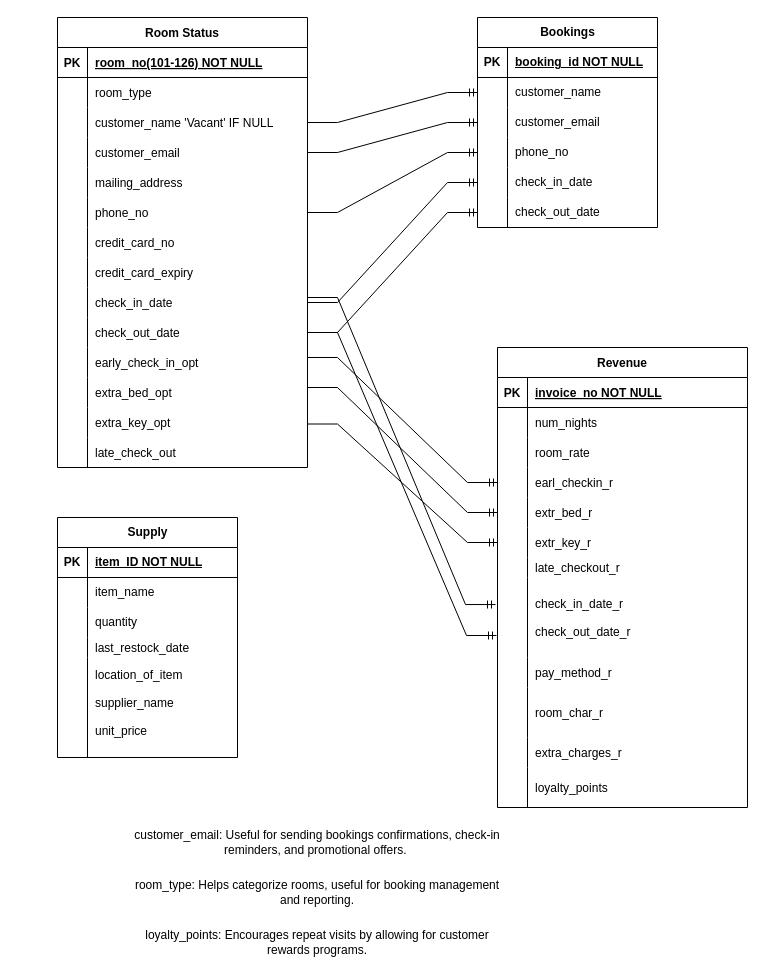
Earlier version of the draw.io diagram QAP4 SG8 Sleep-Tite Motel/SleepTiteERD.drawio (ZCollier-dev/keyin-qap4-zc). Source tidied: cells renumbered, new cells numbered last; positions are measured from the earlier drawing's top-left corner, leaving out a move shared by most shapes. Both pictures are drawn from the tidied source at 100%, with x=0, y=0 at pixel (57, 17).
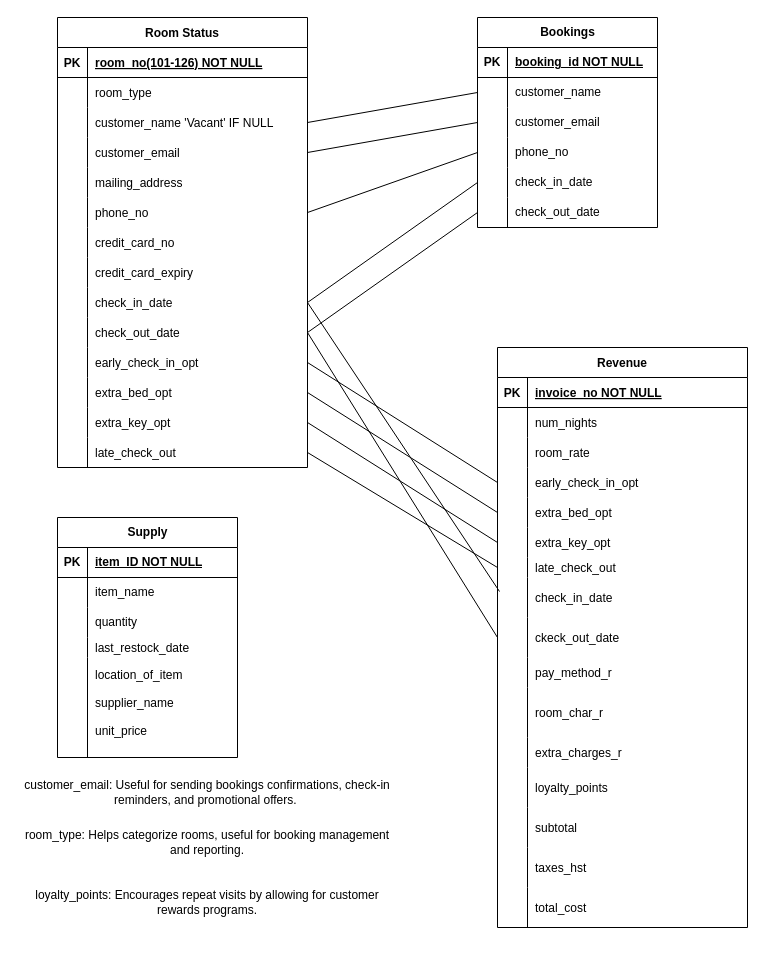
Above is the later version.

Commit message:
Cleaned up relationship lines

The change refers to these unchanged cells:
```xml
<mxCell id="9" style="shape=partialRectangle;fillColor=none;points=[[0,0.5],[1,0.5]];portConstraint=eastwest;top=0;left=0;right=0;bottom=0;" parent="2" vertex="1">
  <mxGeometry y="90" width="250" height="30" as="geometry" />
</mxCell>
<mxCell id="12" style="shape=partialRectangle;fillColor=none;points=[[0,0.5],[1,0.5]];portConstraint=eastwest;top=0;left=0;right=0;bottom=0;" parent="2" vertex="1">
  <mxGeometry y="120" width="250" height="30" as="geometry" />
</mxCell>
<mxCell id="18" style="shape=partialRectangle;fillColor=none;points=[[0,0.5],[1,0.5]];portConstraint=eastwest;top=0;left=0;right=0;bottom=0;" parent="2" vertex="1">
  <mxGeometry y="180" width="250" height="30" as="geometry" />
</mxCell>
<mxCell id="27" style="shape=partialRectangle;fillColor=none;points=[[0,0.5],[1,0.5]];portConstraint=eastwest;top=0;left=0;right=0;bottom=0;" parent="2" vertex="1">
  <mxGeometry y="270" width="250" height="30" as="geometry" />
</mxCell>
<mxCell id="30" style="shape=partialRectangle;fillColor=none;points=[[0,0.5],[1,0.5]];portConstraint=eastwest;top=0;left=0;right=0;bottom=0;" parent="2" vertex="1">
  <mxGeometry y="300" width="250" height="30" as="geometry" />
</mxCell>
<mxCell id="33" style="shape=partialRectangle;fillColor=none;points=[[0,0.5],[1,0.5]];portConstraint=eastwest;top=0;left=0;right=0;bottom=0;" parent="2" vertex="1">
  <mxGeometry y="330" width="250" height="30" as="geometry" />
</mxCell>
<mxCell id="36" style="shape=partialRectangle;fillColor=none;points=[[0,0.5],[1,0.5]];portConstraint=eastwest;top=0;left=0;right=0;bottom=0;" parent="2" vertex="1">
  <mxGeometry y="360" width="250" height="30" as="geometry" />
</mxCell>
<mxCell id="39" style="shape=partialRectangle;fillColor=none;points=[[0,0.5],[1,0.5]];portConstraint=eastwest;top=0;left=0;right=0;bottom=0;" parent="2" vertex="1">
  <mxGeometry y="390" width="250" height="30" as="geometry" />
</mxCell>
<mxCell id="42" style="shape=partialRectangle;fillColor=none;points=[[0,0.5],[1,0.5]];portConstraint=eastwest;top=0;left=0;right=0;bottom=0;" parent="2" vertex="1">
  <mxGeometry y="420" width="250" height="30" as="geometry" />
</mxCell>
<mxCell id="49" style="shape=tableRow;horizontal=0;startSize=0;swimlaneHead=0;swimlaneBody=0;fillColor=none;points=[[0,0.5],[1,0.5]];portConstraint=eastwest;top=0;left=0;right=0;bottom=0;" parent="45" vertex="1">
  <mxGeometry y="60" width="180" height="30" as="geometry" />
</mxCell>
<mxCell id="52" style="shape=tableRow;horizontal=0;startSize=0;swimlaneHead=0;swimlaneBody=0;fillColor=none;points=[[0,0.5],[1,0.5]];portConstraint=eastwest;top=0;left=0;right=0;bottom=0;" parent="45" vertex="1">
  <mxGeometry y="90" width="180" height="30" as="geometry" />
</mxCell>
<mxCell id="55" style="shape=tableRow;horizontal=0;startSize=0;swimlaneHead=0;swimlaneBody=0;fillColor=none;points=[[0,0.5],[1,0.5]];portConstraint=eastwest;top=0;left=0;right=0;bottom=0;" parent="45" vertex="1">
  <mxGeometry y="120" width="180" height="30" as="geometry" />
</mxCell>
<mxCell id="58" style="shape=tableRow;horizontal=0;startSize=0;swimlaneHead=0;swimlaneBody=0;fillColor=none;points=[[0,0.5],[1,0.5]];portConstraint=eastwest;top=0;left=0;right=0;bottom=0;" parent="45" vertex="1">
  <mxGeometry y="150" width="180" height="30" as="geometry" />
</mxCell>
<mxCell id="61" style="shape=tableRow;horizontal=0;startSize=0;swimlaneHead=0;swimlaneBody=0;fillColor=none;points=[[0,0.5],[1,0.5]];portConstraint=eastwest;top=0;left=0;right=0;bottom=0;" parent="45" vertex="1">
  <mxGeometry y="180" width="180" height="30" as="geometry" />
</mxCell>
<mxCell id="74" style="shape=partialRectangle;fillColor=none;points=[[0,0.5],[1,0.5]];portConstraint=eastwest;top=0;left=0;right=0;bottom=0;" parent="64" vertex="1">
  <mxGeometry y="120" width="250" height="30" as="geometry" />
</mxCell>
<mxCell id="77" style="shape=partialRectangle;fillColor=none;points=[[0,0.5],[1,0.5]];portConstraint=eastwest;top=0;left=0;right=0;bottom=0;" parent="64" vertex="1">
  <mxGeometry y="150" width="250" height="30" as="geometry" />
</mxCell>
<mxCell id="80" style="shape=partialRectangle;fillColor=none;points=[[0,0.5],[1,0.5]];portConstraint=eastwest;top=0;left=0;right=0;bottom=0;" parent="64" vertex="1">
  <mxGeometry y="180" width="250" height="30" as="geometry" />
</mxCell>
<mxCell id="83" style="shape=partialRectangle;fillColor=none;points=[[0,0.5],[1,0.5]];portConstraint=eastwest;top=0;left=0;right=0;bottom=0;" parent="64" vertex="1">
  <mxGeometry y="210" width="250" height="20" as="geometry" />
</mxCell>
```

Change to the diagram source:
```diff
@@
     <mxCell id="64" value="Revenue" style="shape=table;startSize=30;childLayout=tableLayout;rowLines=0;fontStyle=1;align=center;" parent="1" vertex="1">
-      <mxGeometry x="440" y="330" width="250" height="460" as="geometry" />
+      <mxGeometry x="440" y="330" width="250" height="580" as="geometry" />
     </mxCell>
@@
-    <mxCell id="76" value="earl_checkin_r" style="shape=partialRectangle;overflow=hidden;fillColor=none;top=0;left=0;bottom=0;right=0;align=left;spacingLeft=6;" parent="74" vertex="1">
+    <mxCell id="76" value="early_check_in_opt" style="shape=partialRectangle;overflow=hidden;fillColor=none;top=0;left=0;bottom=0;right=0;align=left;spacingLeft=6;" parent="74" vertex="1">
       <mxGeometry x="30" width="220" height="30" as="geometry" />
     </mxCell>
@@
-    <mxCell id="79" value="extr_bed_r" style="shape=partialRectangle;overflow=hidden;fillColor=none;top=0;left=0;bottom=0;right=0;align=left;spacingLeft=6;" parent="77" vertex="1">
+    <mxCell id="79" value="extra_bed_opt" style="shape=partialRectangle;overflow=hidden;fillColor=none;top=0;left=0;bottom=0;right=0;align=left;spacingLeft=6;" parent="77" vertex="1">
       <mxGeometry x="30" width="220" height="30" as="geometry" />
     </mxCell>
@@
-    <mxCell id="82" value="extr_key_r" style="shape=partialRectangle;overflow=hidden;fillColor=none;top=0;left=0;bottom=0;right=0;align=left;spacingLeft=6;" parent="80" vertex="1">
+    <mxCell id="82" value="extra_key_opt" style="shape=partialRectangle;overflow=hidden;fillColor=none;top=0;left=0;bottom=0;right=0;align=left;spacingLeft=6;" parent="80" vertex="1">
       <mxGeometry x="30" width="220" height="30" as="geometry" />
     </mxCell>
@@
-    <mxCell id="85" value="late_checkout_r" style="shape=partialRectangle;overflow=hidden;fillColor=none;top=0;left=0;bottom=0;right=0;align=left;spacingLeft=6;" parent="83" vertex="1">
+    <mxCell id="85" value="late_check_out" style="shape=partialRectangle;overflow=hidden;fillColor=none;top=0;left=0;bottom=0;right=0;align=left;spacingLeft=6;" parent="83" vertex="1">
       <mxGeometry x="30" width="220" height="20" as="geometry" />
     </mxCell>
     <mxCell id="86" style="shape=partialRectangle;fillColor=none;points=[[0,0.5],[1,0.5]];portConstraint=eastwest;top=0;left=0;right=0;bottom=0;" parent="64" vertex="1">
-      <mxGeometry y="230" width="250" height="80" as="geometry" />
+      <mxGeometry y="230" width="250" height="40" as="geometry" />
     </mxCell>
     <mxCell id="87" style="shape=partialRectangle;overflow=hidden;fillColor=none;top=0;left=0;bottom=0;right=0;" parent="86" vertex="1">
-      <mxGeometry width="30" height="80" as="geometry" />
+      <mxGeometry width="30" height="40" as="geometry" />
     </mxCell>
-    <mxCell id="88" value="check_in_date_r&#10;&#10;check_out_date_r" style="shape=partialRectangle;overflow=hidden;fillColor=none;top=0;left=0;bottom=0;right=0;align=left;spacingLeft=6;" parent="86" vertex="1">
-      <mxGeometry x="30" width="220" height="80" as="geometry" />
+    <mxCell id="88" value="check_in_date" style="shape=partialRectangle;overflow=hidden;fillColor=none;top=0;left=0;bottom=0;right=0;align=left;spacingLeft=6;" parent="86" vertex="1">
+      <mxGeometry x="30" width="220" height="40" as="geometry" />
     </mxCell>
+    <mxCell id="131" style="shape=partialRectangle;fillColor=none;points=[[0,0.5],[1,0.5]];portConstraint=eastwest;top=0;left=0;right=0;bottom=0;" parent="64" vertex="1">
+      <mxGeometry y="270" width="250" height="40" as="geometry" />
+    </mxCell>
+    <mxCell id="132" style="shape=partialRectangle;overflow=hidden;fillColor=none;top=0;left=0;bottom=0;right=0;" parent="131" vertex="1">
+      <mxGeometry width="30" height="40" as="geometry" />
+    </mxCell>
+    <mxCell id="133" value="ckeck_out_date" style="shape=partialRectangle;overflow=hidden;fillColor=none;top=0;left=0;bottom=0;right=0;align=left;spacingLeft=6;" parent="131" vertex="1">
+      <mxGeometry x="30" width="220" height="40" as="geometry" />
+    </mxCell>
@@
+    <mxCell id="134" style="shape=partialRectangle;fillColor=none;top=0;left=0;right=0;bottom=0;" parent="64" vertex="1">
+      <mxGeometry y="460" width="250" height="40" as="geometry" />
+    </mxCell>
+    <mxCell id="135" style="shape=partialRectangle;overflow=hidden;fillColor=none;top=0;left=0;bottom=0;right=0;" parent="134" vertex="1">
+      <mxGeometry width="30" height="40" as="geometry" />
+    </mxCell>
+    <mxCell id="136" value="subtotal" style="shape=partialRectangle;overflow=hidden;fillColor=none;top=0;left=0;bottom=0;right=0;align=left;spacingLeft=6;" parent="134" vertex="1">
+      <mxGeometry x="30" width="220" height="40" as="geometry" />
+    </mxCell>
+    <mxCell id="137" style="shape=partialRectangle;fillColor=none;top=0;left=0;right=0;bottom=0;" parent="64" vertex="1">
+      <mxGeometry y="500" width="250" height="40" as="geometry" />
+    </mxCell>
+    <mxCell id="138" style="shape=partialRectangle;overflow=hidden;fillColor=none;top=0;left=0;bottom=0;right=0;" parent="137" vertex="1">
+      <mxGeometry width="30" height="40" as="geometry" />
+    </mxCell>
+    <mxCell id="139" value="taxes_hst" style="shape=partialRectangle;overflow=hidden;fillColor=none;top=0;left=0;bottom=0;right=0;align=left;spacingLeft=6;" parent="137" vertex="1">
+      <mxGeometry x="30" width="220" height="40" as="geometry" />
+    </mxCell>
+    <mxCell id="140" style="shape=partialRectangle;fillColor=none;top=0;left=0;right=0;bottom=0;" parent="64" vertex="1">
+      <mxGeometry y="540" width="250" height="40" as="geometry" />
+    </mxCell>
+    <mxCell id="141" style="shape=partialRectangle;overflow=hidden;fillColor=none;top=0;left=0;bottom=0;right=0;" parent="140" vertex="1">
+      <mxGeometry width="30" height="40" as="geometry" />
+    </mxCell>
+    <mxCell id="142" value="total_cost" style="shape=partialRectangle;overflow=hidden;fillColor=none;top=0;left=0;bottom=0;right=0;align=left;spacingLeft=6;" parent="140" vertex="1">
+      <mxGeometry x="30" width="220" height="40" as="geometry" />
+    </mxCell>
@@
     <mxCell id="117" value="customer_email: Useful for sending bookings confirmations, check-in reminders, and promotional offers.&amp;nbsp;" style="text;html=1;strokeColor=none;fillColor=none;align=center;verticalAlign=middle;whiteSpace=wrap;rounded=0;" parent="1" vertex="1">
-      <mxGeometry x="70" y="810" width="380" height="30" as="geometry" />
+      <mxGeometry x="-40" y="760" width="380" height="30" as="geometry" />
     </mxCell>
     <mxCell id="118" value="room_type: Helps categorize rooms, useful for booking management and reporting." style="text;html=1;strokeColor=none;fillColor=none;align=center;verticalAlign=middle;whiteSpace=wrap;rounded=0;" parent="1" vertex="1">
-      <mxGeometry x="70" y="860" width="380" height="30" as="geometry" />
+      <mxGeometry x="-40" y="810" width="380" height="30" as="geometry" />
     </mxCell>
     <mxCell id="119" value="loyalty_points: Encourages repeat visits by allowing for customer rewards programs." style="text;html=1;strokeColor=none;fillColor=none;align=center;verticalAlign=middle;whiteSpace=wrap;rounded=0;" parent="1" vertex="1">
-      <mxGeometry x="70" y="910" width="380" height="30" as="geometry" />
+      <mxGeometry x="-40" y="870" width="380" height="30" as="geometry" />
     </mxCell>
@@
+    <mxCell id="143" style="endArrow=none;html=1;entryX=1;entryY=0.5;entryDx=0;entryDy=0;exitX=0;exitY=0.5;exitDx=0;exitDy=0;" parent="1" edge="1" source="83" target="42">
+      <mxGeometry relative="1" as="geometry" />
+    </mxCell>
+    <mxCell id="144" style="endArrow=none;html=1;entryX=1;entryY=0.5;entryDx=0;entryDy=0;exitX=0;exitY=0.5;exitDx=0;exitDy=0;" parent="1" edge="1" source="80" target="39">
+      <mxGeometry relative="1" as="geometry" />
+    </mxCell>
+    <mxCell id="145" style="endArrow=none;html=1;entryX=1;entryY=0.5;entryDx=0;entryDy=0;exitX=0;exitY=0.5;exitDx=0;exitDy=0;" parent="1" edge="1" source="77" target="36">
+      <mxGeometry relative="1" as="geometry" />
+    </mxCell>
+    <mxCell id="146" style="endArrow=none;html=1;entryX=1;entryY=0.5;entryDx=0;entryDy=0;exitX=0;exitY=0.5;exitDx=0;exitDy=0;" parent="1" edge="1" source="74" target="33">
+      <mxGeometry relative="1" as="geometry" />
+    </mxCell>
+    <mxCell id="147" style="endArrow=none;html=1;entryX=1;entryY=0.5;entryDx=0;entryDy=0;exitX=0;exitY=0.5;exitDx=0;exitDy=0;" parent="1" edge="1" source="131" target="30">
+      <mxGeometry relative="1" as="geometry" />
+    </mxCell>
+    <mxCell id="148" style="endArrow=none;html=1;entryX=1;entryY=0.5;entryDx=0;entryDy=0;exitX=0.008;exitY=0.35;exitDx=0;exitDy=0;exitPerimeter=0;" parent="1" edge="1" source="86" target="27">
+      <mxGeometry relative="1" as="geometry" />
+    </mxCell>
+    <mxCell id="122" style="endArrow=none;html=1;exitX=1;exitY=0.5;exitDx=0;exitDy=0;entryX=0;entryY=0.5;entryDx=0;entryDy=0;" parent="1" edge="1" source="30" target="61">
+      <mxGeometry relative="1" as="geometry" />
+    </mxCell>
-    <mxCell id="121" style="edgeStyle=entityRelationEdgeStyle;fontSize=12;html=1;endArrow=ERmandOne;rounded=0;exitX=1;exitY=0.5;exitDx=0;exitDy=0;entryX=0;entryY=0.5;entryDx=0;entryDy=0;" parent="1" edge="1" source="27" target="58">
-      <mxGeometry relative="1" as="geometry">
-        <Array as="points">
-          <mxPoint x="270" y="280" />
-        </Array>
-      </mxGeometry>
+    <mxCell id="121" style="endArrow=none;html=1;exitX=1;exitY=0.5;exitDx=0;exitDy=0;entryX=0;entryY=0.5;entryDx=0;entryDy=0;" parent="1" edge="1" source="27" target="58">
+      <mxGeometry relative="1" as="geometry" />
     </mxCell>
-    <mxCell id="122" style="edgeStyle=entityRelationEdgeStyle;fontSize=12;html=1;endArrow=ERmandOne;rounded=0;entryX=0;entryY=0.5;entryDx=0;entryDy=0;exitX=1;exitY=0.5;exitDx=0;exitDy=0;" parent="1" edge="1" source="30" target="61">
-      <mxGeometry relative="1" as="geometry" />
-    </mxCell>
+    <mxCell id="125" style="endArrow=none;html=1;exitX=1;exitY=0.5;exitDx=0;exitDy=0;entryX=0;entryY=0.5;entryDx=0;entryDy=0;" parent="1" edge="1" source="18" target="55">
+      <mxGeometry relative="1" as="geometry" />
+    </mxCell>
+    <mxCell id="124" style="endArrow=none;html=1;exitX=1;exitY=0.5;exitDx=0;exitDy=0;entryX=0;entryY=0.5;entryDx=0;entryDy=0;" parent="1" edge="1" source="12" target="52">
+      <mxGeometry relative="1" as="geometry" />
+    </mxCell>
-    <mxCell id="123" style="edgeStyle=entityRelationEdgeStyle;fontSize=12;html=1;endArrow=ERmandOne;rounded=0;exitX=1;exitY=0.5;exitDx=0;exitDy=0;" parent="1" edge="1" source="9" target="49">
+    <mxCell id="123" style="endArrow=none;html=1;exitX=1;exitY=0.5;exitDx=0;exitDy=0;entryX=0;entryY=0.5;entryDx=0;entryDy=0;" parent="1" edge="1" source="9" target="49">
       <mxGeometry relative="1" as="geometry" />
     </mxCell>
-    <mxCell id="124" style="edgeStyle=entityRelationEdgeStyle;fontSize=12;html=1;endArrow=ERmandOne;rounded=0;exitX=1;exitY=0.5;exitDx=0;exitDy=0;" parent="1" edge="1" source="12" target="52">
-      <mxGeometry relative="1" as="geometry" />
-    </mxCell>
-    <mxCell id="125" style="edgeStyle=entityRelationEdgeStyle;fontSize=12;html=1;endArrow=ERmandOne;rounded=0;exitX=1;exitY=0.5;exitDx=0;exitDy=0;entryX=0;entryY=0.5;entryDx=0;entryDy=0;" parent="1" edge="1" source="18" target="55">
-      <mxGeometry relative="1" as="geometry" />
-    </mxCell>
-    <mxCell id="126" style="edgeStyle=entityRelationEdgeStyle;fontSize=12;html=1;endArrow=ERmandOne;rounded=0;entryX=-0.008;entryY=0.338;entryDx=0;entryDy=0;entryPerimeter=0;" parent="1" edge="1" target="86">
-      <mxGeometry relative="1" as="geometry">
-        <mxPoint x="250" y="280" as="sourcePoint" />
-      </mxGeometry>
-    </mxCell>
-    <mxCell id="127" style="edgeStyle=entityRelationEdgeStyle;fontSize=12;html=1;endArrow=ERmandOne;rounded=0;exitX=1;exitY=0.5;exitDx=0;exitDy=0;entryX=-0.004;entryY=0.725;entryDx=0;entryDy=0;entryPerimeter=0;" parent="1" edge="1" source="30" target="86">
-      <mxGeometry relative="1" as="geometry">
-        <Array as="points">
-          <mxPoint x="310" y="530" />
-          <mxPoint x="310" y="570" />
-        </Array>
-      </mxGeometry>
-    </mxCell>
-    <mxCell id="128" style="edgeStyle=entityRelationEdgeStyle;fontSize=12;html=1;endArrow=ERmandOne;rounded=0;" parent="1" edge="1" target="74">
-      <mxGeometry relative="1" as="geometry">
-        <mxPoint x="250" y="340" as="sourcePoint" />
-      </mxGeometry>
-    </mxCell>
-    <mxCell id="129" style="edgeStyle=entityRelationEdgeStyle;fontSize=12;html=1;endArrow=ERmandOne;rounded=0;" parent="1" edge="1" target="77">
-      <mxGeometry relative="1" as="geometry">
-        <mxPoint x="250" y="370" as="sourcePoint" />
-      </mxGeometry>
-    </mxCell>
-    <mxCell id="130" style="edgeStyle=entityRelationEdgeStyle;fontSize=12;html=1;endArrow=ERmandOne;rounded=0;" parent="1" edge="1" target="80">
-      <mxGeometry relative="1" as="geometry">
-        <mxPoint x="250" y="406.5" as="sourcePoint" />
-      </mxGeometry>
-    </mxCell>
```
